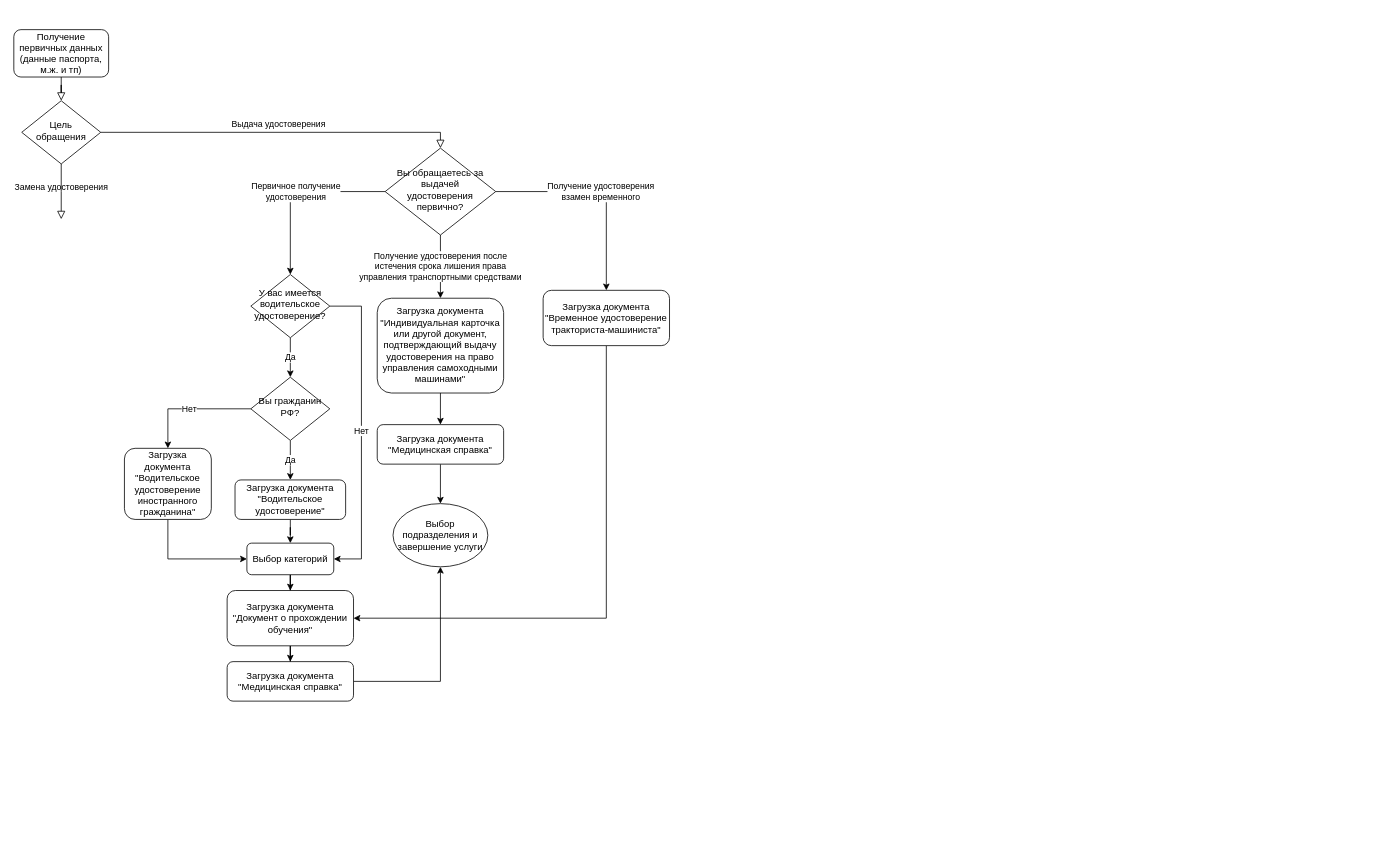
Before: page "Page-1" (1 of 3) of Untitled Diagram.drawio in ainaraslan/test, a draw.io diagram. Source tidied: cells renumbered, new cells numbered last; positions are measured from the earlier drawing's top-left corner, leaving out a move shared by most shapes. Both pictures are drawn from the tidied source at 79%, with x=0, y=0 at pixel (13, 29).
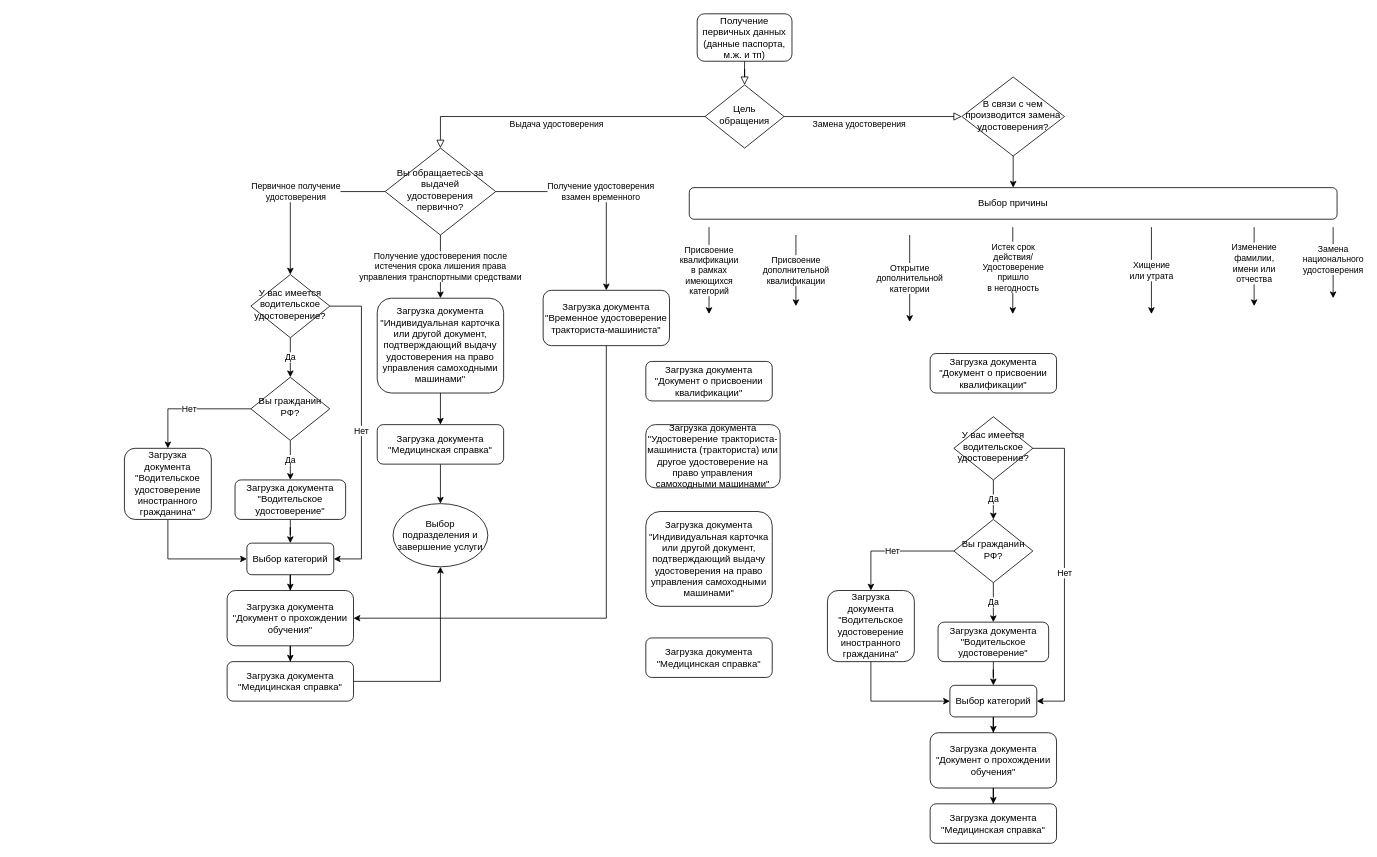
After the change.

What changed in the source:
```diff
@@
     <mxCell id="3" value="Получение первичных данных (данные паспорта, м.ж. и тп)" style="rounded=1;whiteSpace=wrap;html=1;fontSize=12;glass=0;strokeWidth=1;shadow=0;" parent="1" vertex="1">
-      <mxGeometry width="120" height="60" as="geometry" />
+      <mxGeometry x="865" y="-20" width="120" height="60" as="geometry" />
     </mxCell>
-    <mxCell id="4" value="Замена удостоверения" style="rounded=0;html=1;jettySize=auto;fontSize=11;endArrow=block;endFill=0;endSize=8;strokeWidth=1;shadow=0;labelBackgroundColor=none;edgeStyle=orthogonalEdgeStyle;" parent="1" edge="1" source="6">
-      <mxGeometry x="-0.14" relative="1" as="geometry">
-        <mxPoint x="60" y="240" as="targetPoint" />
-      </mxGeometry>
+    <mxCell id="4" value="Замена удостоверения" style="rounded=0;html=1;jettySize=auto;fontSize=11;endArrow=block;endFill=0;endSize=8;strokeWidth=1;shadow=0;labelBackgroundColor=none;edgeStyle=orthogonalEdgeStyle;entryX=0;entryY=0.5;entryDx=0;entryDy=0;" parent="1" edge="1" source="6" target="35">
+      <mxGeometry x="-0.16" y="-10" relative="1" as="geometry" />
     </mxCell>
@@
     <mxCell id="6" value="Цель обращения" style="rhombus;whiteSpace=wrap;html=1;shadow=0;fontFamily=Helvetica;fontSize=12;align=center;strokeWidth=1;spacing=6;spacingTop=-4;" parent="1" vertex="1">
-      <mxGeometry x="10" y="90" width="100" height="80" as="geometry" />
+      <mxGeometry x="875" y="70" width="100" height="80" as="geometry" />
     </mxCell>
@@
+    <mxCell id="34" style="edgeStyle=orthogonalEdgeStyle;rounded=0;jettySize=auto;html=1;" parent="1" edge="1" source="35" target="39">
+      <mxGeometry relative="1" as="geometry" />
+    </mxCell>
+    <mxCell id="35" value="В связи с чем производится замена удостоверения?" style="rhombus;whiteSpace=wrap;html=1;shadow=0;fontFamily=Helvetica;fontSize=12;align=center;strokeWidth=1;spacing=6;spacingTop=-4;" parent="1" vertex="1">
+      <mxGeometry x="1200" y="60" width="130" height="100" as="geometry" />
+    </mxCell>
+    <mxCell id="36" value="Присвоение &lt;br&gt;дополнительной &lt;br&gt;квалификации" style="edgeStyle=orthogonalEdgeStyle;rounded=0;orthogonalLoop=1;jettySize=auto;html=1;" parent="1" edge="1">
+      <mxGeometry relative="1" as="geometry">
+        <mxPoint x="990" y="260" as="sourcePoint" />
+        <mxPoint x="990" y="350" as="targetPoint" />
+      </mxGeometry>
+    </mxCell>
+    <mxCell id="37" value="Присвоение &lt;br&gt;квалификации &lt;br&gt;в рамках &lt;br&gt;имеющихся &lt;br&gt;категорий" style="edgeStyle=orthogonalEdgeStyle;rounded=0;orthogonalLoop=1;jettySize=auto;html=1;" parent="1" edge="1">
+      <mxGeometry relative="1" as="geometry">
+        <mxPoint x="880" y="250" as="sourcePoint" />
+        <mxPoint x="880" y="360" as="targetPoint" />
+      </mxGeometry>
+    </mxCell>
+    <mxCell id="38" value="Открытие &lt;br&gt;дополнительной &lt;br&gt;категории" style="edgeStyle=orthogonalEdgeStyle;rounded=0;orthogonalLoop=1;jettySize=auto;html=1;" parent="1" edge="1">
+      <mxGeometry relative="1" as="geometry">
+        <mxPoint x="1134" y="260" as="sourcePoint" />
+        <mxPoint x="1134" y="370" as="targetPoint" />
+      </mxGeometry>
+    </mxCell>
+    <mxCell id="39" value="Выбор причины" style="rounded=1;whiteSpace=wrap;html=1;shadow=0;strokeWidth=1;" parent="1" vertex="1">
+      <mxGeometry x="855" y="200" width="820" height="40" as="geometry" />
+    </mxCell>
+    <mxCell id="40" value="Хищение &lt;br&gt;или утрата" style="edgeStyle=orthogonalEdgeStyle;rounded=0;orthogonalLoop=1;jettySize=auto;html=1;" parent="1" edge="1">
+      <mxGeometry relative="1" as="geometry">
+        <mxPoint x="1440" y="250" as="sourcePoint" />
+        <mxPoint x="1440" y="360" as="targetPoint" />
+      </mxGeometry>
+    </mxCell>
+    <mxCell id="41" value="Изменение &lt;br&gt;фамилии, &lt;br&gt;имени или &lt;br&gt;отчества" style="edgeStyle=orthogonalEdgeStyle;rounded=0;orthogonalLoop=1;jettySize=auto;html=1;" parent="1" edge="1">
+      <mxGeometry x="-0.09" relative="1" as="geometry">
+        <mxPoint x="1570" y="250" as="sourcePoint" />
+        <mxPoint x="1570" y="350" as="targetPoint" />
+      </mxGeometry>
+    </mxCell>
+    <mxCell id="42" value="Замена &lt;br&gt;национального &lt;br&gt;удостоверения" style="edgeStyle=orthogonalEdgeStyle;rounded=0;orthogonalLoop=1;jettySize=auto;html=1;" parent="1" edge="1">
+      <mxGeometry x="-0.09" relative="1" as="geometry">
+        <mxPoint x="1670" y="250" as="sourcePoint" />
+        <mxPoint x="1670" y="340" as="targetPoint" />
+      </mxGeometry>
+    </mxCell>
+    <mxCell id="43" value="Истек срок &lt;br&gt;действия/&lt;br&gt;Удостоверение &lt;br&gt;пришло &lt;br&gt;в негодность" style="edgeStyle=orthogonalEdgeStyle;rounded=0;orthogonalLoop=1;jettySize=auto;html=1;" parent="1" edge="1">
+      <mxGeometry x="-0.08" relative="1" as="geometry">
+        <mxPoint x="1264.5" y="250" as="sourcePoint" />
+        <mxPoint x="1264.5" y="360" as="targetPoint" />
+        <Array as="points">
+          <mxPoint x="1264.5" y="360" />
+        </Array>
+      </mxGeometry>
+    </mxCell>
+    <mxCell id="44" value="Загрузка документа &quot;Документ о присвоении квалификации&quot;" style="rounded=1;whiteSpace=wrap;html=1;shadow=0;strokeWidth=1;" parent="1" vertex="1">
+      <mxGeometry x="800" y="420" width="160" height="50" as="geometry" />
+    </mxCell>
+    <mxCell id="45" value="Загрузка документа &quot;Удостоверение тракториста-машиниста (тракториста) или другое удостоверение на право управления самоходными машинами&quot;" style="rounded=1;whiteSpace=wrap;html=1;shadow=0;strokeWidth=1;" parent="1" vertex="1">
+      <mxGeometry x="800" y="500" width="170" height="80" as="geometry" />
+    </mxCell>
+    <mxCell id="46" value="Загрузка документа &quot;Индивидуальная карточка или другой документ, подтверждающий выдачу удостоверения на право управления самоходными машинами&quot;" style="rounded=1;whiteSpace=wrap;html=1;shadow=0;strokeWidth=1;" parent="1" vertex="1">
+      <mxGeometry x="800" y="610" width="160" height="120" as="geometry" />
+    </mxCell>
+    <mxCell id="47" value="Загрузка документа &quot;Медицинская справка&quot;" style="rounded=1;whiteSpace=wrap;html=1;shadow=0;strokeWidth=1;" parent="1" vertex="1">
+      <mxGeometry x="800" y="770" width="160" height="50" as="geometry" />
+    </mxCell>
+    <mxCell id="48" value="Загрузка документа &quot;Документ о присвоении квалификации&quot;" style="rounded=1;whiteSpace=wrap;html=1;shadow=0;strokeWidth=1;" parent="1" vertex="1">
+      <mxGeometry x="1159.9" y="410" width="160" height="50" as="geometry" />
+    </mxCell>
+    <mxCell id="49" value="Да" style="edgeStyle=orthogonalEdgeStyle;rounded=0;jettySize=auto;html=1;entryX=0.5;entryY=0;entryDx=0;entryDy=0;" parent="1" edge="1" source="51" target="54">
+      <mxGeometry relative="1" as="geometry" />
+    </mxCell>
+    <mxCell id="50" value="Нет" style="edgeStyle=orthogonalEdgeStyle;rounded=0;jettySize=auto;html=1;entryX=1;entryY=0.5;entryDx=0;entryDy=0;" parent="1" edge="1" source="51" target="60">
+      <mxGeometry relative="1" as="geometry">
+        <Array as="points">
+          <mxPoint x="1329.9" y="530" />
+          <mxPoint x="1329.9" y="850" />
+        </Array>
+      </mxGeometry>
+    </mxCell>
+    <mxCell id="51" value="У вас имеется водительское удостоверение?" style="rhombus;whiteSpace=wrap;html=1;shadow=0;fontFamily=Helvetica;fontSize=12;align=center;strokeWidth=1;spacing=6;spacingTop=-4;" parent="1" vertex="1">
+      <mxGeometry x="1189.9" y="490" width="100" height="80" as="geometry" />
+    </mxCell>
+    <mxCell id="52" value="Да" style="edgeStyle=orthogonalEdgeStyle;rounded=0;jettySize=auto;html=1;entryX=0.5;entryY=0;entryDx=0;entryDy=0;" parent="1" edge="1" source="54" target="56">
+      <mxGeometry relative="1" as="geometry" />
+    </mxCell>
+    <mxCell id="53" value="Нет" style="edgeStyle=orthogonalEdgeStyle;rounded=0;jettySize=auto;html=1;entryX=0.5;entryY=0;entryDx=0;entryDy=0;" parent="1" edge="1" source="54" target="58">
+      <mxGeometry relative="1" as="geometry" />
+    </mxCell>
+    <mxCell id="54" value="Вы гражданин РФ?" style="rhombus;whiteSpace=wrap;html=1;shadow=0;fontFamily=Helvetica;fontSize=12;align=center;strokeWidth=1;spacing=6;spacingTop=-4;" parent="1" vertex="1">
+      <mxGeometry x="1189.9" y="620" width="100" height="80" as="geometry" />
+    </mxCell>
+    <mxCell id="55" style="edgeStyle=orthogonalEdgeStyle;rounded=0;jettySize=auto;html=1;entryX=0.5;entryY=0;entryDx=0;entryDy=0;" parent="1" edge="1" source="56" target="60">
+      <mxGeometry relative="1" as="geometry" />
+    </mxCell>
+    <mxCell id="56" value="Загрузка документа &quot;Водительское удостоверение&quot;" style="rounded=1;whiteSpace=wrap;html=1;shadow=0;strokeWidth=1;" parent="1" vertex="1">
+      <mxGeometry x="1169.9" y="750" width="140" height="50" as="geometry" />
+    </mxCell>
+    <mxCell id="57" style="edgeStyle=orthogonalEdgeStyle;rounded=0;jettySize=auto;html=1;entryX=0;entryY=0.5;entryDx=0;entryDy=0;" parent="1" edge="1" source="58" target="60">
+      <mxGeometry relative="1" as="geometry">
+        <Array as="points">
+          <mxPoint x="1084.9" y="850" />
+        </Array>
+      </mxGeometry>
+    </mxCell>
+    <mxCell id="58" value="Загрузка документа &quot;Водительское удостоверение иностранного гражданина&quot;" style="rounded=1;whiteSpace=wrap;html=1;shadow=0;strokeWidth=1;" parent="1" vertex="1">
+      <mxGeometry x="1029.9" y="710" width="110" height="90" as="geometry" />
+    </mxCell>
+    <mxCell id="59" style="edgeStyle=orthogonalEdgeStyle;rounded=0;jettySize=auto;html=1;" parent="1" edge="1" source="60" target="62">
+      <mxGeometry relative="1" as="geometry" />
+    </mxCell>
+    <mxCell id="60" value="Выбор категорий" style="rounded=1;whiteSpace=wrap;html=1;shadow=0;strokeWidth=1;" parent="1" vertex="1">
+      <mxGeometry x="1184.9" y="830" width="110" height="40" as="geometry" />
+    </mxCell>
+    <mxCell id="61" style="edgeStyle=orthogonalEdgeStyle;rounded=0;jettySize=auto;html=1;" parent="1" edge="1" source="62" target="63">
+      <mxGeometry relative="1" as="geometry" />
+    </mxCell>
+    <mxCell id="62" value="Загрузка документа &quot;Документ о прохождении обучения&quot;" style="rounded=1;whiteSpace=wrap;html=1;shadow=0;strokeWidth=1;" parent="1" vertex="1">
+      <mxGeometry x="1159.9" y="890" width="160" height="70" as="geometry" />
+    </mxCell>
+    <mxCell id="63" value="Загрузка документа &quot;Медицинская справка&quot;" style="rounded=1;whiteSpace=wrap;html=1;shadow=0;strokeWidth=1;" parent="1" vertex="1">
+      <mxGeometry x="1159.9" y="980" width="160" height="50" as="geometry" />
+    </mxCell>
```
